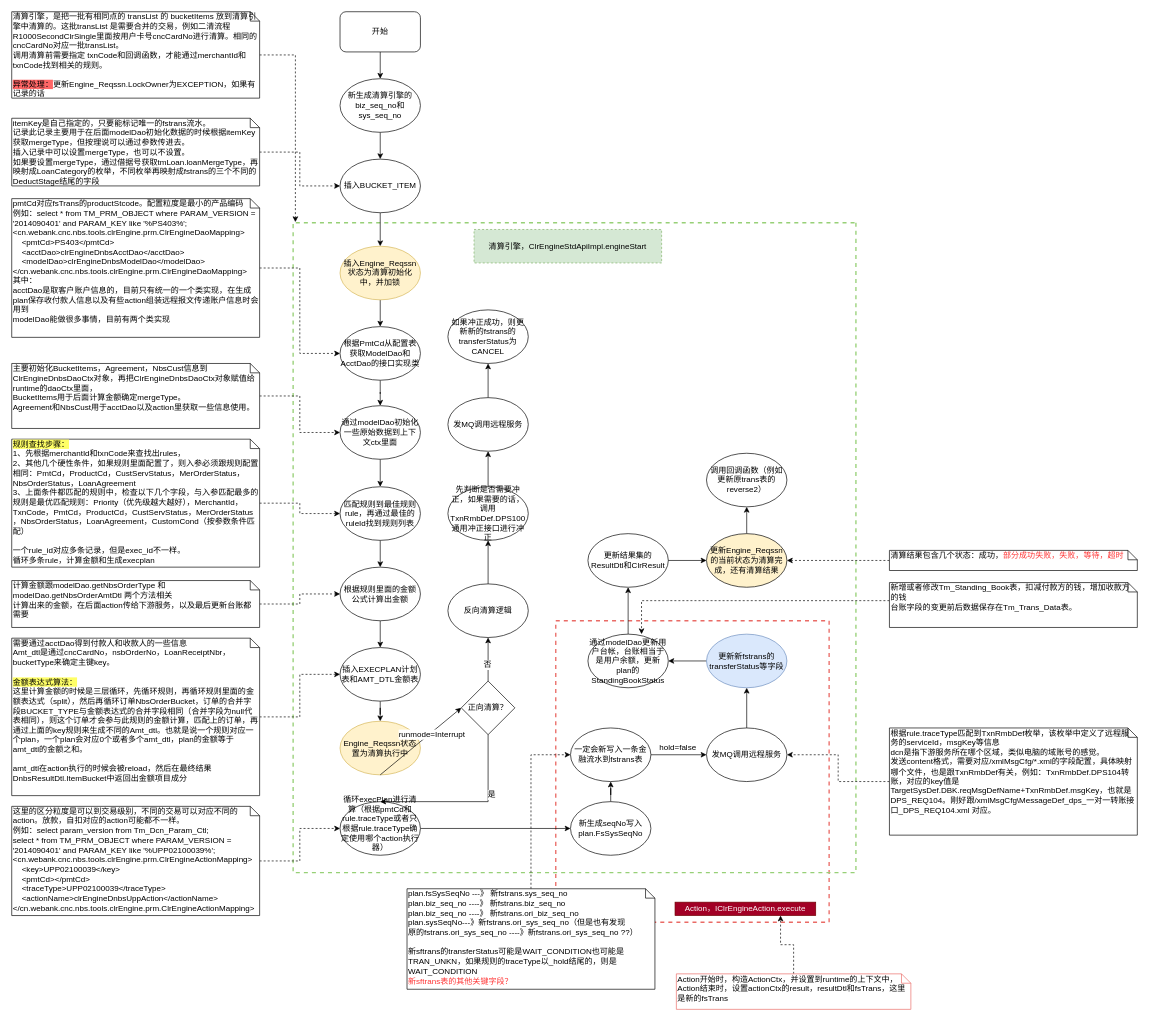
The draw.io diagram 清算引擎.drawio in staconfree/design, before the edit. Source tidied: cells renumbered, new cells numbered last; positions are measured from the earlier drawing's top-left corner, leaving out a move shared by most shapes. Both pictures are drawn from the tidied source at 67%, with x=0, y=0 at pixel (11, 11).
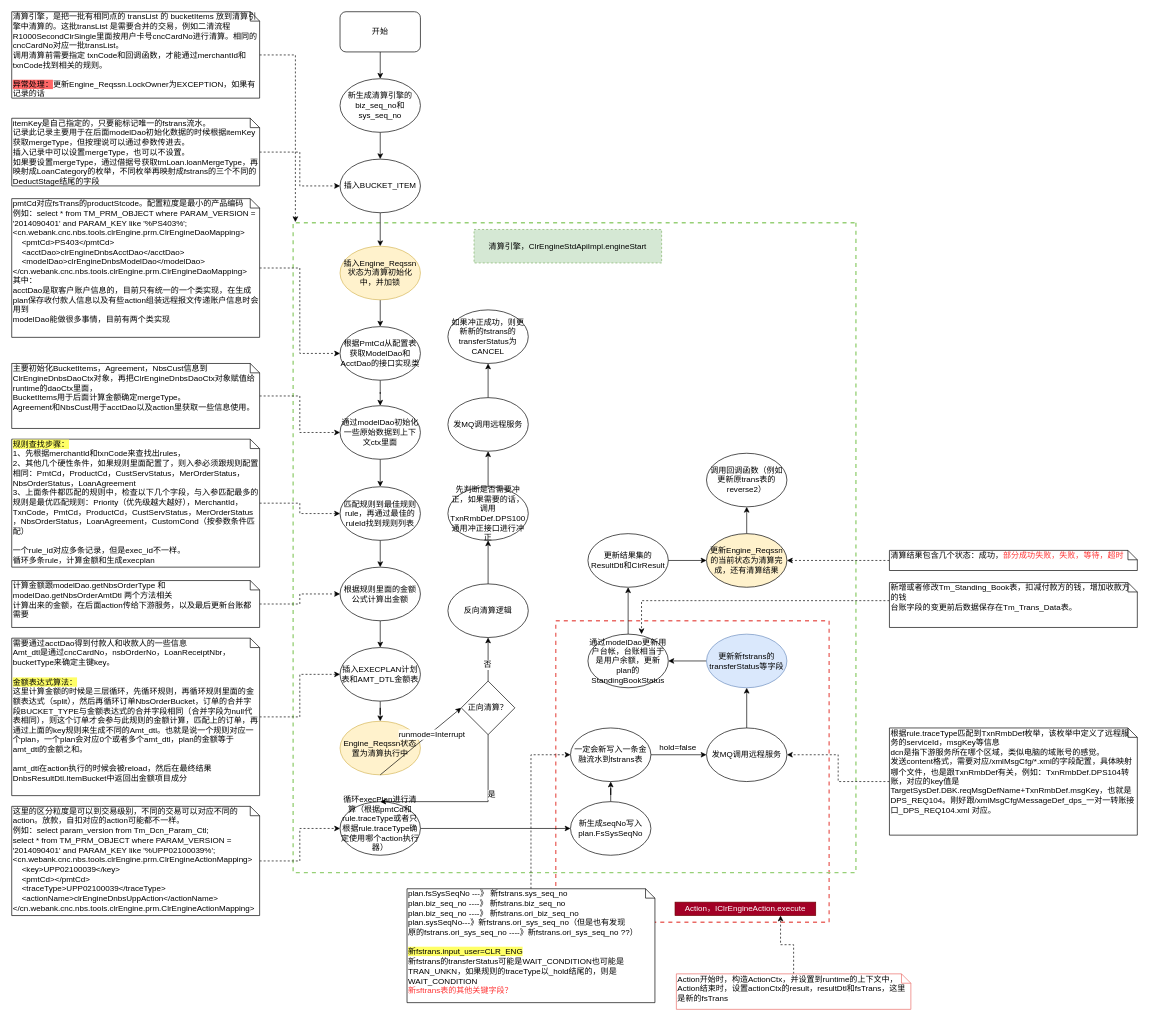
Above is the later version.

Commit message:
更新清算引擎.drawio

Diff of the diagram source:
```diff
@@
-    <mxCell id="35" value="&lt;div&gt;plan.fsSysSeqNo ---》 新fstrans.sys_seq_no &lt;br&gt;&lt;/div&gt;&lt;div&gt;plan.biz_seq_no ----》 新fstrans.biz_seq_no&lt;/div&gt;&lt;div&gt;plan.biz_seq_no ----》 新fstrans.ori_biz_seq_no&lt;/div&gt;&lt;div&gt;plan.sysSeqNo---》新fstrans.ori_sys_seq_no（但是也有发现&lt;br&gt;原的fstrans.ori_sys_seq_no ----》新fstrans.ori_sys_seq_no ??）&lt;br&gt;&lt;br&gt;新sftrans的transferStatus可能是WAIT_CONDITION也可能是TRAN_UNKN，如果规则的traceType以_hold结尾的，则是WAIT_CONDITION&lt;br&gt;&lt;font color=&quot;#FF3333&quot;&gt;新sftrans表的其他关键字段？&lt;/font&gt;&lt;br&gt;&lt;/div&gt;" style="shape=note;whiteSpace=wrap;html=1;size=14;verticalAlign=top;align=left;spacingTop=-6;" parent="1" vertex="1">
-      <mxGeometry x="590" y="1309" width="370" height="150" as="geometry" />
+    <mxCell id="35" value="&lt;div&gt;plan.fsSysSeqNo ---》 新fstrans.sys_seq_no &lt;br&gt;&lt;/div&gt;&lt;div&gt;plan.biz_seq_no ----》 新fstrans.biz_seq_no&lt;/div&gt;&lt;div&gt;plan.biz_seq_no ----》 新fstrans.ori_biz_seq_no&lt;/div&gt;&lt;div&gt;plan.sysSeqNo---》新fstrans.ori_sys_seq_no（但是也有发现&lt;br&gt;原的fstrans.ori_sys_seq_no ----》新fstrans.ori_sys_seq_no ??）&lt;br&gt;&lt;/div&gt;&lt;div&gt;&lt;br&gt;&lt;/div&gt;&lt;div&gt;&lt;span style=&quot;background-color: rgb(255 , 255 , 102)&quot;&gt;新fstrans.input_user=CLR_ENG&lt;/span&gt;&lt;br&gt;新fstrans的transferStatus可能是WAIT_CONDITION也可能是TRAN_UNKN，如果规则的traceType以_hold结尾的，则是WAIT_CONDITION&lt;/div&gt;&lt;div&gt;&lt;font color=&quot;#FF3333&quot;&gt;新sftrans表的其他关键字段？&lt;/font&gt;&lt;br&gt;&lt;/div&gt;" style="shape=note;whiteSpace=wrap;html=1;size=14;verticalAlign=top;align=left;spacingTop=-6;" parent="1" vertex="1">
+      <mxGeometry x="590" y="1309" width="370" height="170" as="geometry" />
     </mxCell>
```
